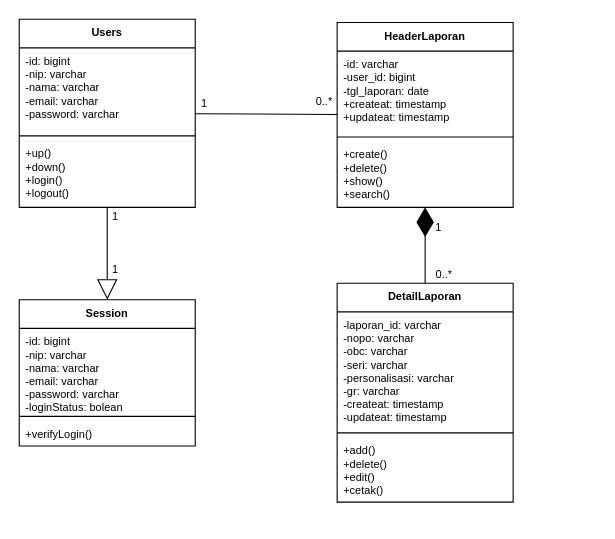
Above: page "Class Diagram" (9 of 18) of Flowberjalan.drawio in Marinska/skripsi (draw.io), before the change. Source tidied: cells renumbered, new cells numbered last; positions are measured from the earlier drawing's top-left corner, leaving out a move shared by most shapes. Both pictures are drawn from the tidied source at 110%, with x=0, y=0 at pixel (19, 19).
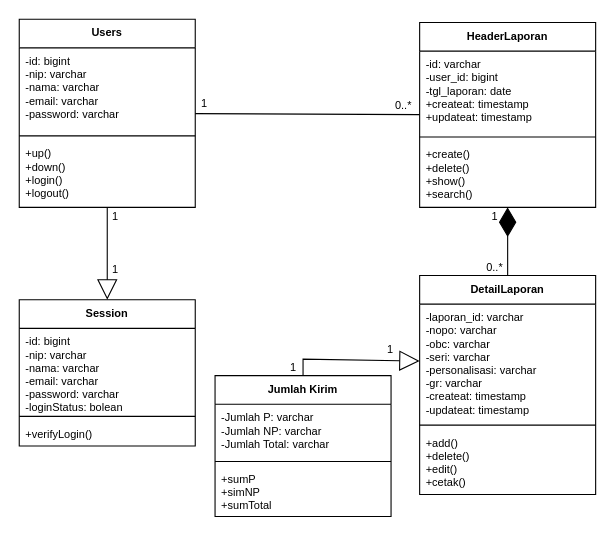
The same page after the edit.

Unchanged cells that the change refers to:
```xml
<mxCell id="11" value="-laporan_id: varchar&#10;-nopo: varchar&#10;-obc: varchar&#10;-seri: varchar&#10;-personalisasi: varchar&#10;-gr: varchar&#10;-createat: timestamp&#10;-updateat: timestamp" style="text;strokeColor=none;fillColor=none;align=left;verticalAlign=top;spacingLeft=4;spacingRight=4;overflow=hidden;points=[[0,0.5],[1,0.5]];portConstraint=eastwest;fontSize=10;" parent="10" vertex="1">
  <mxGeometry y="26" width="160" height="106" as="geometry" />
</mxCell>
```

The edit, as a diff of the source:
```diff
@@
     <mxCell id="6" value="HeaderLaporan" style="swimlane;fontStyle=1;align=center;verticalAlign=top;horizontal=1;startSize=26;fontSize=10;" parent="1" vertex="1">
-      <mxGeometry x="289" y="3" width="160" height="168" as="geometry" />
+      <mxGeometry x="364" y="3" width="160" height="168" as="geometry" />
     </mxCell>
@@
     <mxCell id="10" value="DetailLaporan" style="swimlane;fontStyle=1;align=center;verticalAlign=top;horizontal=1;startSize=26;fontSize=10;" parent="1" vertex="1">
-      <mxGeometry x="289" y="240" width="160" height="199" as="geometry" />
+      <mxGeometry x="364" y="233" width="160" height="199" as="geometry" />
     </mxCell>
@@
     <mxCell id="22" value="0..*" style="text;html=1;align=center;verticalAlign=middle;strokeColor=none;fillColor=none;fontSize=10;" parent="1" vertex="1">
-      <mxGeometry x="264" y="66" width="25" height="16" as="geometry" />
+      <mxGeometry x="336" y="70" width="25" height="16" as="geometry" />
     </mxCell>
     <mxCell id="23" value="1" style="text;html=1;align=center;verticalAlign=middle;strokeColor=none;fillColor=none;fontSize=10;" parent="1" vertex="1">
-      <mxGeometry x="373" y="181" width="16" height="16" as="geometry" />
+      <mxGeometry x="241" y="308" width="16" height="16" as="geometry" />
     </mxCell>
     <mxCell id="24" value="0..*" style="text;html=1;align=center;verticalAlign=middle;strokeColor=none;fillColor=none;fontSize=10;" parent="1" vertex="1">
-      <mxGeometry x="373" y="224" width="25" height="16" as="geometry" />
+      <mxGeometry x="419" y="217" width="25" height="16" as="geometry" />
     </mxCell>
@@
+    <mxCell id="27" value="Jumlah Kirim" style="swimlane;fontStyle=1;align=center;verticalAlign=top;horizontal=1;startSize=26;fontSize=10;" parent="1" vertex="1">
+      <mxGeometry x="178" y="324" width="160" height="128" as="geometry" />
+    </mxCell>
+    <mxCell id="28" value="-Jumlah P: varchar&#10;-Jumlah NP: varchar&#10;-Jumlah Total: varchar" style="text;strokeColor=none;fillColor=none;align=left;verticalAlign=top;spacingLeft=4;spacingRight=4;overflow=hidden;fontSize=10;" parent="27" vertex="1">
+      <mxGeometry y="26" width="160" height="48" as="geometry" />
+    </mxCell>
+    <mxCell id="29" style="line;strokeWidth=1;fillColor=none;align=left;verticalAlign=middle;spacingTop=-1;spacingLeft=3;spacingRight=3;labelPosition=right;fontSize=10;" parent="27" vertex="1">
+      <mxGeometry y="74" width="160" height="8" as="geometry" />
+    </mxCell>
+    <mxCell id="30" value="+sumP&#10;+simNP&#10;+sumTotal" style="text;strokeColor=none;fillColor=none;align=left;verticalAlign=top;spacingLeft=4;spacingRight=4;overflow=hidden;fontSize=10;" parent="27" vertex="1">
+      <mxGeometry y="82" width="160" height="46" as="geometry" />
+    </mxCell>
+    <mxCell id="31" style="endArrow=block;endSize=16;endFill=0;html=1;rounded=0;fontSize=10;exitX=0.5;exitY=0;exitDx=0;exitDy=0;" parent="1" edge="1" source="27" target="11">
+      <mxGeometry x="0.03" y="-43" relative="1" as="geometry">
+        <Array as="points">
+          <mxPoint x="258" y="309" />
+        </Array>
+      </mxGeometry>
+    </mxCell>
+    <mxCell id="32" value="1" style="text;html=1;align=center;verticalAlign=middle;strokeColor=none;fillColor=none;fontSize=10;" parent="1" vertex="1">
+      <mxGeometry x="423.5" y="171" width="16" height="16" as="geometry" />
+    </mxCell>
+    <mxCell id="33" value="1" style="text;html=1;align=center;verticalAlign=middle;strokeColor=none;fillColor=none;fontSize=10;" parent="1" vertex="1">
+      <mxGeometry x="329" y="292" width="16" height="16" as="geometry" />
+    </mxCell>
```
